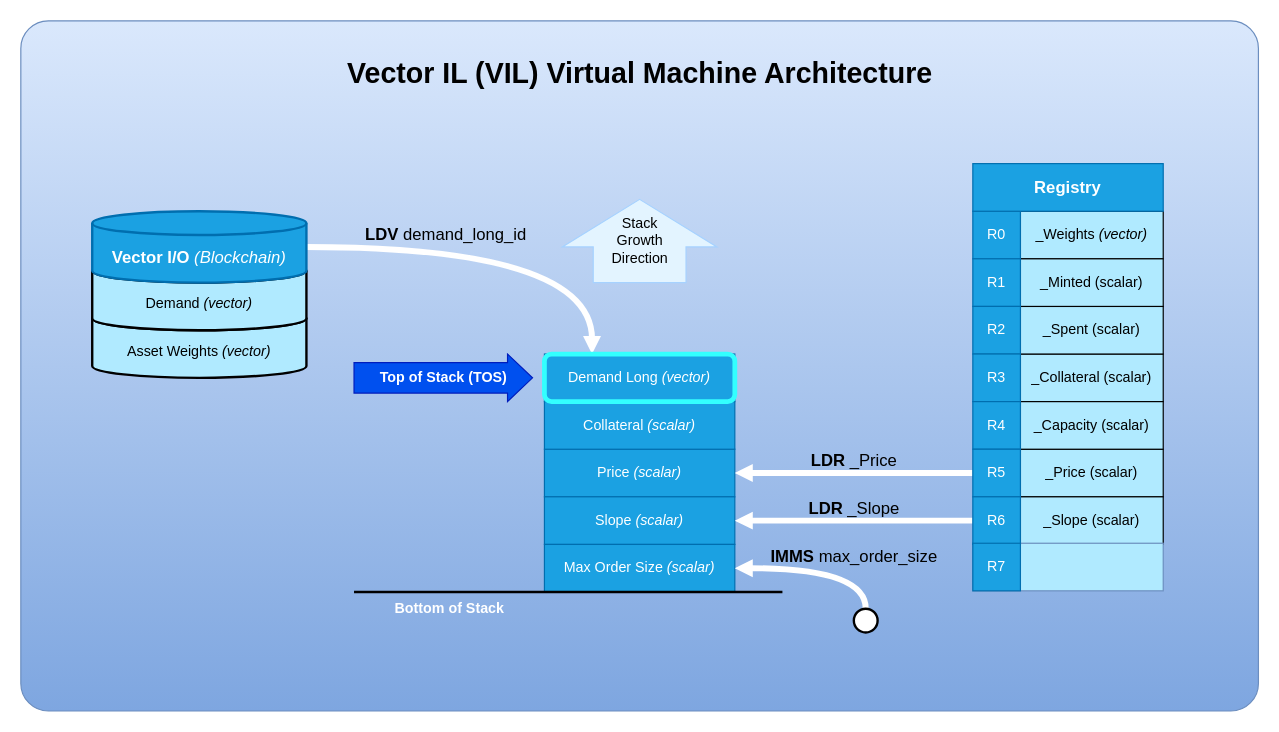
IndexMaker/vaultworks keeps this draw.io diagram as docs/VIL_Stack.drawio. Above is the earlier version. Source tidied: cells renumbered, new cells numbered last; positions are measured from the earlier drawing's top-left corner, leaving out a move shared by most shapes. Both pictures are drawn from the tidied source at 119%, with x=0, y=0 at pixel (20, 20).
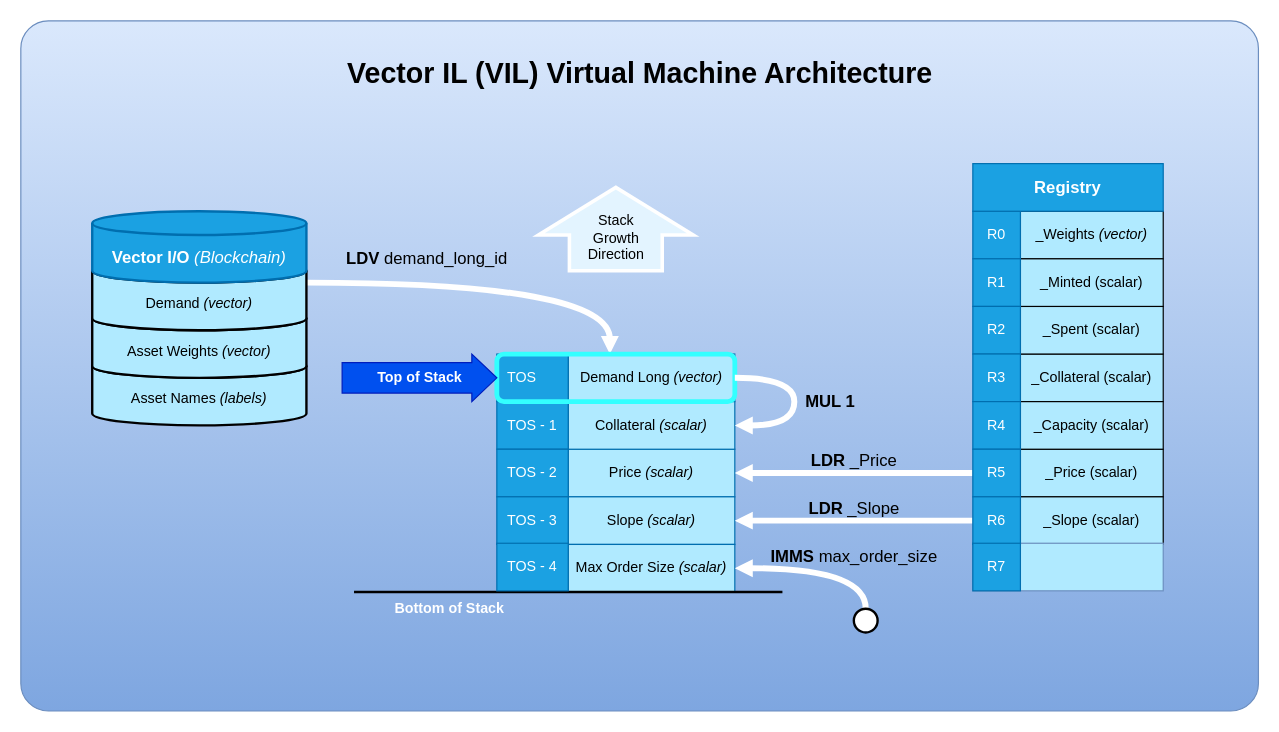
The same diagram, later.

The change refers to these unchanged cells:
```xml
<mxCell id="33" value="&lt;div&gt;&lt;br&gt;&lt;/div&gt;Demand &lt;i&gt;(vector)&lt;/i&gt;" style="strokeWidth=2;html=1;shape=mxgraph.flowchart.database;whiteSpace=wrap;labelBackgroundColor=none;fillColor=#B0EAFF;" parent="1" vertex="1">
  <mxGeometry x="60" y="200" width="180" height="60" as="geometry" />
</mxCell>
<mxCell id="34" value="&lt;div style=&quot;font-size: 14px;&quot;&gt;&lt;font style=&quot;font-size: 14px;&quot;&gt;&lt;br&gt;&lt;/font&gt;&lt;/div&gt;&lt;b style=&quot;font-size: 14px;&quot;&gt;&lt;font style=&quot;font-size: 14px;&quot;&gt;Vector I/O&amp;nbsp;&lt;/font&gt;&lt;/b&gt;&lt;span style=&quot;font-size: 14px; background-color: initial;&quot;&gt;&lt;i&gt;(Blockchain)&lt;/i&gt;&lt;/span&gt;" style="strokeWidth=2;html=1;shape=mxgraph.flowchart.database;whiteSpace=wrap;labelBackgroundColor=none;fillColor=#1ba1e2;fontColor=#ffffff;strokeColor=#006EAF;" parent="1" vertex="1">
  <mxGeometry x="60" y="160" width="180" height="60" as="geometry" />
</mxCell>
```

Diff of the diagram source:
```diff
@@
-    <mxCell id="3" value="Demand Long &lt;i&gt;(vector)&lt;/i&gt;" style="rounded=0;whiteSpace=wrap;html=1;strokeWidth=1;fillColor=#1ba1e2;strokeColor=#006EAF;fontColor=#ffffff;labelBackgroundColor=none;" parent="1" vertex="1">
-      <mxGeometry x="440" y="280" width="160" height="40" as="geometry" />
+    <mxCell id="3" value="Demand Long &lt;i&gt;(vector)&lt;/i&gt;" style="rounded=0;whiteSpace=wrap;html=1;strokeWidth=1;fillColor=#B0EAFF;strokeColor=#006EAF;fontColor=#000000;labelBackgroundColor=none;" parent="1" vertex="1">
+      <mxGeometry x="460" y="280" width="140" height="40" as="geometry" />
     </mxCell>
-    <mxCell id="4" value="Price &lt;i&gt;(scalar)&lt;/i&gt;" style="rounded=0;whiteSpace=wrap;html=1;fillColor=#1ba1e2;strokeColor=#006EAF;fontColor=#ffffff;labelBackgroundColor=none;" parent="1" vertex="1">
-      <mxGeometry x="440" y="360" width="160" height="40" as="geometry" />
+    <mxCell id="4" value="Price &lt;i&gt;(scalar)&lt;/i&gt;" style="rounded=0;whiteSpace=wrap;html=1;fillColor=#B0EAFF;strokeColor=#006EAF;fontColor=#000000;labelBackgroundColor=none;" parent="1" vertex="1">
+      <mxGeometry x="460" y="360" width="140" height="40" as="geometry" />
     </mxCell>
-    <mxCell id="5" value="Slope &lt;i&gt;(scalar)&lt;/i&gt;" style="rounded=0;whiteSpace=wrap;html=1;fillColor=#1ba1e2;strokeColor=#006EAF;fontColor=#ffffff;labelBackgroundColor=none;" parent="1" vertex="1">
-      <mxGeometry x="440" y="400" width="160" height="40" as="geometry" />
+    <mxCell id="5" value="Slope &lt;i&gt;(scalar)&lt;/i&gt;" style="rounded=0;whiteSpace=wrap;html=1;fillColor=#B0EAFF;strokeColor=#006EAF;fontColor=#000000;labelBackgroundColor=none;" parent="1" vertex="1">
+      <mxGeometry x="460" y="400" width="140" height="40" as="geometry" />
     </mxCell>
-    <mxCell id="6" value="Max Order Size &lt;i&gt;(scalar)&lt;/i&gt;" style="rounded=0;whiteSpace=wrap;html=1;fillColor=#1ba1e2;strokeColor=#006EAF;fontColor=#ffffff;labelBackgroundColor=none;" parent="1" vertex="1">
-      <mxGeometry x="440" y="440" width="160" height="40" as="geometry" />
+    <mxCell id="6" value="Max Order Size &lt;i&gt;(scalar)&lt;/i&gt;" style="rounded=0;whiteSpace=wrap;html=1;fillColor=#B0EAFF;strokeColor=#006EAF;fontColor=#000000;labelBackgroundColor=none;" parent="1" vertex="1">
+      <mxGeometry x="460" y="440" width="140" height="40" as="geometry" />
     </mxCell>
@@
-    <mxCell id="19" value="Stack&lt;div&gt;Growth&lt;/div&gt;&lt;div&gt;Direction&lt;/div&gt;" style="html=1;shadow=0;align=center;verticalAlign=middle;shape=mxgraph.arrows2.arrow;dy=0.4;dx=40;direction=north;notch=0;labelBackgroundColor=none;gradientDirection=west;fillColor=#E3F4FF;strokeColor=#A6D2FF;" parent="1" vertex="1">
-      <mxGeometry x="455" y="150" width="130" height="70" as="geometry" />
+    <mxCell id="19" value="&lt;div&gt;&lt;br&gt;&lt;/div&gt;Stack&lt;div&gt;Growth&lt;/div&gt;&lt;div&gt;Direction&lt;/div&gt;" style="html=1;shadow=0;align=center;verticalAlign=middle;shape=mxgraph.arrows2.arrow;dy=0.4;dx=40;direction=north;notch=0;labelBackgroundColor=none;gradientDirection=west;fillColor=#E3F4FF;strokeColor=#FFFFFF;strokeWidth=3;" parent="1" vertex="1">
+      <mxGeometry x="435" y="140" width="130" height="70" as="geometry" />
     </mxCell>
@@
-    <mxCell id="30" value="&lt;b style=&quot;font-size: 14px;&quot;&gt;LDV&lt;/b&gt; demand_long_id" style="edgeStyle=orthogonalEdgeStyle;rounded=0;jettySize=auto;html=1;entryX=0.25;entryY=0;entryDx=0;entryDy=0;curved=1;strokeWidth=5;labelBackgroundColor=none;strokeColor=#FFFFFF;endSize=2;startSize=2;endArrow=block;endFill=1;fontSize=14;" parent="1" edge="1" source="34" target="3">
-      <mxGeometry x="-0.29" y="10" relative="1" as="geometry" />
+    <mxCell id="30" value="&lt;b style=&quot;font-size: 14px;&quot;&gt;LDV&lt;/b&gt; demand_long_id" style="edgeStyle=orthogonalEdgeStyle;rounded=0;jettySize=auto;html=1;entryX=0.25;entryY=0;entryDx=0;entryDy=0;curved=1;strokeWidth=5;labelBackgroundColor=none;strokeColor=#FFFFFF;endSize=2;startSize=2;endArrow=block;endFill=1;fontSize=14;" parent="1" edge="1" source="33" target="3">
+      <mxGeometry x="-0.36" y="20" relative="1" as="geometry">
+        <Array as="points">
+          <mxPoint x="495" y="220" />
+        </Array>
+      </mxGeometry>
     </mxCell>
+    <mxCell id="39" value="&lt;div&gt;&lt;br&gt;&lt;/div&gt;&lt;div&gt;Asset Names&amp;nbsp;&lt;i&gt;(labels)&lt;/i&gt;&lt;/div&gt;" style="strokeWidth=2;html=1;shape=mxgraph.flowchart.database;whiteSpace=wrap;labelBackgroundColor=none;fillColor=#B0EAFF;" parent="1" vertex="1">
+      <mxGeometry x="60" y="280" width="180" height="60" as="geometry" />
+    </mxCell>
-    <mxCell id="31" value="Collateral&amp;nbsp;&lt;span style=&quot;&quot;&gt;&lt;i&gt;(scalar)&lt;/i&gt;&lt;/span&gt;" style="rounded=0;whiteSpace=wrap;html=1;fillColor=#1ba1e2;strokeColor=#006EAF;fontColor=#ffffff;labelBackgroundColor=none;" parent="1" vertex="1">
-      <mxGeometry x="440" y="320" width="160" height="40" as="geometry" />
+    <mxCell id="31" value="Collateral&amp;nbsp;&lt;span style=&quot;&quot;&gt;&lt;i&gt;(scalar)&lt;/i&gt;&lt;/span&gt;" style="rounded=0;whiteSpace=wrap;html=1;fillColor=#B0EAFF;strokeColor=#006EAF;fontColor=#000000;labelBackgroundColor=none;" parent="1" vertex="1">
+      <mxGeometry x="460" y="320" width="140" height="40" as="geometry" />
     </mxCell>
@@
+    <mxCell id="37" value="Vector IL (VIL) Virtual Machine Architecture" style="text;html=1;align=center;verticalAlign=middle;strokeColor=none;fillColor=none;fontSize=24;fontStyle=1;" parent="1" vertex="1">
+      <mxGeometry x="280" y="25" width="480" height="40" as="geometry" />
+    </mxCell>
+    <mxCell id="38" value="&lt;b&gt;&lt;font style=&quot;font-size: 14px;&quot;&gt;Registry&lt;/font&gt;&lt;/b&gt;" style="rounded=0;whiteSpace=wrap;html=1;fillColor=#1ba1e2;strokeColor=#006EAF;labelBackgroundColor=none;fontColor=#ffffff;" parent="1" vertex="1">
+      <mxGeometry x="800" y="120" width="160" height="40" as="geometry" />
+    </mxCell>
+    <mxCell id="40" value="TOS" style="rounded=0;whiteSpace=wrap;html=1;fillColor=#1ba1e2;strokeColor=#006EAF;labelBackgroundColor=none;fontColor=#ffffff;align=left;spacingLeft=7;" parent="1" vertex="1">
+      <mxGeometry x="400" y="280" width="60" height="40" as="geometry" />
+    </mxCell>
+    <mxCell id="41" value="TOS - 1" style="rounded=0;whiteSpace=wrap;html=1;fillColor=#1ba1e2;strokeColor=#006EAF;labelBackgroundColor=none;fontColor=#ffffff;align=left;spacingLeft=7;" parent="1" vertex="1">
+      <mxGeometry x="400" y="320" width="60" height="40" as="geometry" />
+    </mxCell>
+    <mxCell id="42" value="TOS - 2" style="rounded=0;whiteSpace=wrap;html=1;fillColor=#1ba1e2;strokeColor=#006EAF;labelBackgroundColor=none;fontColor=#ffffff;align=left;spacingLeft=7;" parent="1" vertex="1">
+      <mxGeometry x="400" y="360" width="60" height="40" as="geometry" />
+    </mxCell>
+    <mxCell id="43" value="TOS - 3" style="rounded=0;whiteSpace=wrap;html=1;fillColor=#1ba1e2;strokeColor=#006EAF;labelBackgroundColor=none;fontColor=#ffffff;align=left;spacingLeft=7;" parent="1" vertex="1">
+      <mxGeometry x="400" y="400" width="60" height="40" as="geometry" />
+    </mxCell>
+    <mxCell id="44" value="TOS - 4" style="rounded=0;whiteSpace=wrap;html=1;fillColor=#1ba1e2;strokeColor=#006EAF;labelBackgroundColor=none;fontColor=#ffffff;align=left;spacingLeft=7;" parent="1" vertex="1">
+      <mxGeometry x="400" y="439" width="60" height="40" as="geometry" />
+    </mxCell>
-    <mxCell id="35" style="rounded=1;whiteSpace=wrap;html=1;fillColor=none;strokeWidth=4;fontColor=#ffffff;strokeColor=#33FFFF;" parent="1" vertex="1">
-      <mxGeometry x="440" y="280" width="160" height="40" as="geometry" />
+    <mxCell id="35" style="rounded=1;whiteSpace=wrap;html=1;fillColor=none;strokeWidth=4;fontColor=#ffffff;strokeColor=#33FFFF;align=left;" parent="1" vertex="1">
+      <mxGeometry x="400" y="280" width="200" height="40" as="geometry" />
     </mxCell>
-    <mxCell id="36" value="Top of Stack (TOS)" style="html=1;shadow=0;dashed=0;align=center;verticalAlign=middle;shape=mxgraph.arrows2.arrow;dy=0.36;dx=21;notch=0;labelBackgroundColor=none;fontStyle=1;fillColor=#0050ef;fontColor=#ffffff;strokeColor=#001DBC;" parent="1" vertex="1">
-      <mxGeometry x="280" y="280" width="150" height="40" as="geometry" />
+    <mxCell id="36" value="Top of Stack" style="html=1;shadow=0;dashed=0;align=center;verticalAlign=middle;shape=mxgraph.arrows2.arrow;dy=0.36;dx=21;notch=0;labelBackgroundColor=none;fontStyle=1;fillColor=#0050ef;fontColor=#ffffff;strokeColor=#001DBC;" parent="1" vertex="1">
+      <mxGeometry x="270" y="280" width="130" height="40" as="geometry" />
     </mxCell>
-    <mxCell id="37" value="Vector IL (VIL) Virtual Machine Architecture" style="text;html=1;align=center;verticalAlign=middle;strokeColor=none;fillColor=none;fontSize=24;fontStyle=1;" parent="1" vertex="1">
-      <mxGeometry x="280" y="25" width="480" height="40" as="geometry" />
-    </mxCell>
-    <mxCell id="38" value="&lt;b&gt;&lt;font style=&quot;font-size: 14px;&quot;&gt;Registry&lt;/font&gt;&lt;/b&gt;" style="rounded=0;whiteSpace=wrap;html=1;fillColor=#1ba1e2;strokeColor=#006EAF;labelBackgroundColor=none;fontColor=#ffffff;" parent="1" vertex="1">
-      <mxGeometry x="800" y="120" width="160" height="40" as="geometry" />
-    </mxCell>
+    <mxCell id="45" value="&lt;b&gt;MUL 1&lt;/b&gt;" style="edgeStyle=orthogonalEdgeStyle;rounded=0;jettySize=auto;html=1;entryX=1;entryY=0.5;entryDx=0;entryDy=0;curved=1;exitX=1;exitY=0.5;exitDx=0;exitDy=0;labelBackgroundColor=none;strokeWidth=5;strokeColor=#FFFFFF;endSize=2;startSize=2;endArrow=block;endFill=1;fontSize=14;" parent="1" edge="1" source="3" target="31">
+      <mxGeometry y="30" relative="1" as="geometry">
+        <Array as="points">
+          <mxPoint x="650" y="300" />
+          <mxPoint x="650" y="340" />
+        </Array>
+      </mxGeometry>
+    </mxCell>
```
